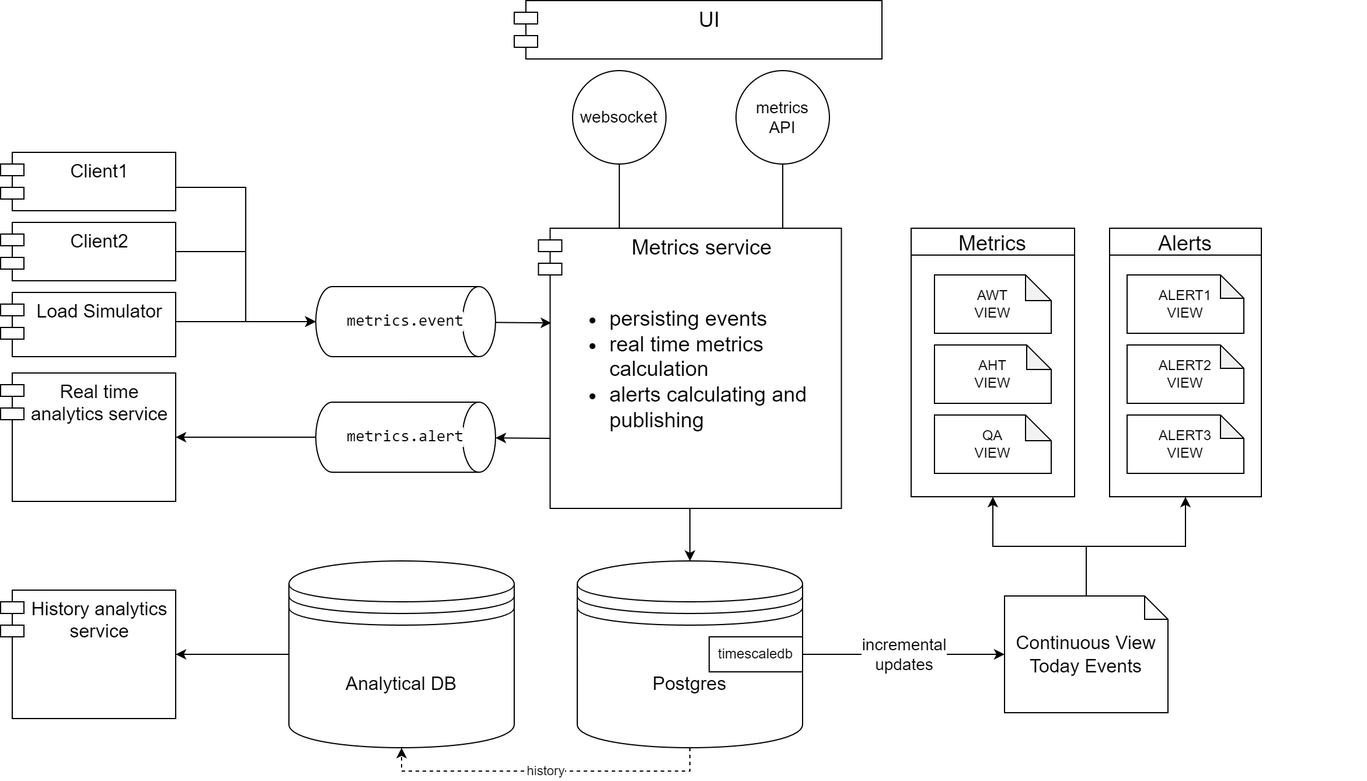
recvezitor/otus-highload-final-project keeps this draw.io diagram as img/OTUS-metrics-components.png. Above is the earlier version. Source tidied: cells renumbered, new cells last; positions are measured from the earlier drawing's top-left corner, leaving out a move shared by most shapes.
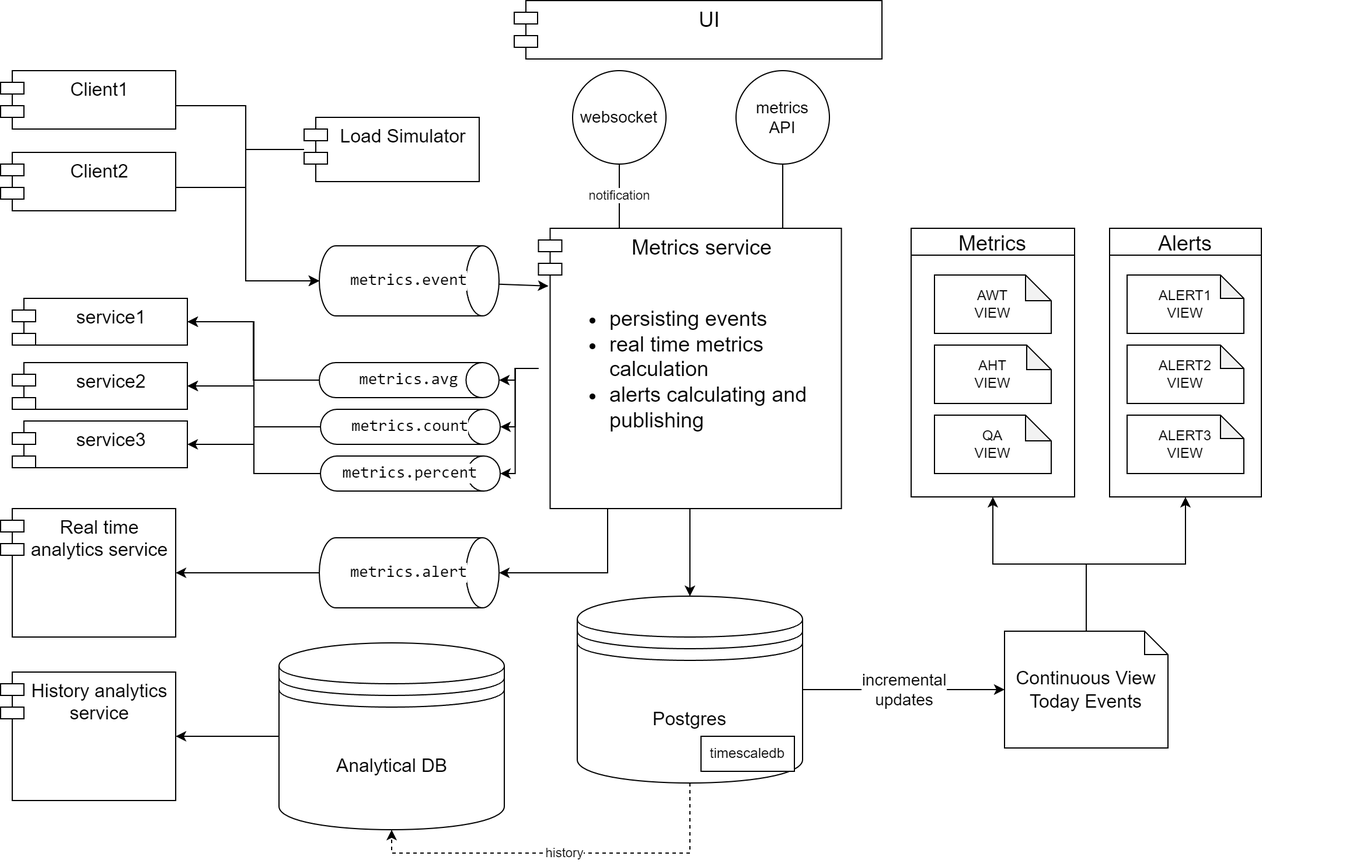
The same diagram one commit later.

Diff of the diagram source:
```diff
@@ -5,8 +5,13 @@
     <mxCell id="2" style="rounded=0;jettySize=auto;html=1;entryX=0.5;entryY=0;entryDx=0;entryDy=0;" parent="1" edge="1" source="6" target="10">
       <mxGeometry relative="1" as="geometry" />
     </mxCell>
-    <mxCell id="3" style="rounded=0;jettySize=auto;html=1;exitX=0;exitY=0.75;exitDx=10;exitDy=0;exitPerimeter=0;" parent="1" edge="1" source="6" target="27">
-      <mxGeometry relative="1" as="geometry" />
+    <mxCell id="3" style="rounded=0;jettySize=auto;html=1;exitX=0.25;exitY=1;exitDx=0;exitDy=0;edgeStyle=orthogonalEdgeStyle;" parent="1" edge="1" source="6" target="27">
+      <mxGeometry relative="1" as="geometry">
+        <Array as="points">
+          <mxPoint x="520" y="435" />
+          <mxPoint x="520" y="490" />
+        </Array>
+      </mxGeometry>
     </mxCell>
     <mxCell id="4" style="rounded=0;orthogonalLoop=1;jettySize=auto;html=1;entryX=0.5;entryY=1;entryDx=0;entryDy=0;endArrow=none;endFill=0;exitX=0.5;exitY=0;exitDx=0;exitDy=0;" parent="1" edge="1">
       <mxGeometry relative="1" as="geometry">
@@ -14,7 +19,7 @@
         <mxPoint x="670" y="140" as="targetPoint" />
       </mxGeometry>
     </mxCell>
-    <mxCell id="5" style="edgeStyle=orthogonalEdgeStyle;rounded=0;jettySize=auto;html=1;entryX=0.5;entryY=1;entryDx=0;entryDy=0;endArrow=none;endFill=0;" parent="1" edge="1" source="6" target="37">
+    <mxCell id="5" value="notification" style="edgeStyle=orthogonalEdgeStyle;rounded=0;jettySize=auto;html=1;entryX=0.5;entryY=1;entryDx=0;entryDy=0;endArrow=none;endFill=0;" parent="1" edge="1" source="6" target="37">
       <mxGeometry relative="1" as="geometry">
         <Array as="points">
           <mxPoint x="530" y="180" />
@@ -26,7 +31,7 @@
       <mxGeometry x="460.8" y="195" width="259.5" height="240" as="geometry" />
     </mxCell>
     <mxCell id="7" value="&lt;div style=&quot;background-color: rgb(255, 255, 255); font-family: &amp;quot;JetBrains Mono&amp;quot;, monospace;&quot;&gt;&lt;pre&gt;&lt;font style=&quot;font-size: 14px;&quot;&gt;metrics.event&lt;/font&gt;&lt;/pre&gt;&lt;/div&gt;" style="strokeWidth=1;html=1;shape=mxgraph.flowchart.direct_data;whiteSpace=wrap;" parent="1" vertex="1">
-      <mxGeometry x="270" y="245" width="154" height="60" as="geometry" />
+      <mxGeometry x="273" y="210" width="154" height="60" as="geometry" />
     </mxCell>
     <mxCell id="8" value="&lt;font style=&quot;font-size: 14px;&quot;&gt;incremental&lt;/font&gt;&lt;div&gt;&lt;font style=&quot;font-size: 14px;&quot;&gt;updates&lt;/font&gt;&lt;/div&gt;" style="edgeStyle=orthogonalEdgeStyle;rounded=0;jettySize=auto;html=1;" parent="1" edge="1" source="10" target="13">
       <mxGeometry x="0.01" relative="1" as="geometry" />
@@ -34,13 +39,13 @@
     <mxCell id="9" value="history" style="edgeStyle=orthogonalEdgeStyle;rounded=0;jettySize=auto;html=1;entryX=0.5;entryY=1;entryDx=0;entryDy=0;dashed=1;" parent="1" edge="1" source="10" target="41">
       <mxGeometry relative="1" as="geometry">
         <Array as="points">
-          <mxPoint x="591" y="660" />
-          <mxPoint x="344" y="660" />
+          <mxPoint x="591" y="730" />
+          <mxPoint x="335" y="730" />
         </Array>
       </mxGeometry>
     </mxCell>
     <mxCell id="10" value="&lt;font style=&quot;font-size: 16px;&quot;&gt;Postgres&lt;/font&gt;" style="shape=datastore;whiteSpace=wrap;html=1;" parent="1" vertex="1">
-      <mxGeometry x="494" y="480" width="193" height="160" as="geometry" />
+      <mxGeometry x="494" y="510" width="193" height="160" as="geometry" />
     </mxCell>
     <mxCell id="11" style="edgeStyle=orthogonalEdgeStyle;rounded=0;jettySize=auto;html=1;entryX=0.5;entryY=1;entryDx=0;entryDy=0;" parent="1" edge="1" source="13" target="25">
       <mxGeometry relative="1" as="geometry" />
@@ -49,7 +54,7 @@
       <mxGeometry relative="1" as="geometry" />
     </mxCell>
     <mxCell id="13" value="&lt;font style=&quot;font-size: 16px;&quot;&gt;Continuous View&lt;br&gt;Today Events&lt;br&gt;&lt;/font&gt;" style="shape=note;size=20;whiteSpace=wrap;html=1;" parent="1" vertex="1">
-      <mxGeometry x="860" y="510" width="140" height="100" as="geometry" />
+      <mxGeometry x="860" y="540" width="140" height="100" as="geometry" />
     </mxCell>
     <mxCell id="14" style="group;" parent="1" vertex="1">
       <mxGeometry x="970" y="160" width="200" height="230" as="geometry" />
@@ -69,7 +74,7 @@
     <mxCell id="19" value="Alerts" style="swimlane;fontStyle=0;fontSize=18;" parent="15" vertex="1">
       <mxGeometry width="130" height="230" as="geometry" />
     </mxCell>
-    <mxCell id="20" style="rounded=0;jettySize=auto;html=1;entryX=0.042;entryY=0.338;entryDx=0;entryDy=0;entryPerimeter=0;" parent="1" edge="1" source="7" target="6">
+    <mxCell id="20" style="rounded=0;jettySize=auto;html=1;entryX=0.033;entryY=0.206;entryDx=0;entryDy=0;entryPerimeter=0;" parent="1" edge="1" source="7" target="6">
       <mxGeometry relative="1" as="geometry" />
     </mxCell>
     <mxCell id="21" style="group;" parent="1" vertex="1">
@@ -91,47 +96,48 @@
       <mxGeometry relative="1" as="geometry" />
     </mxCell>
     <mxCell id="27" value="&lt;div style=&quot;background-color: rgb(255, 255, 255); font-family: &amp;quot;JetBrains Mono&amp;quot;, monospace;&quot;&gt;&lt;pre&gt;&lt;font style=&quot;font-size: 14px;&quot;&gt;metrics.alert&lt;/font&gt;&lt;/pre&gt;&lt;/div&gt;" style="strokeWidth=1;html=1;shape=mxgraph.flowchart.direct_data;whiteSpace=wrap;" parent="1" vertex="1">
-      <mxGeometry x="270" y="344" width="154" height="60" as="geometry" />
+      <mxGeometry x="273" y="460" width="154" height="60" as="geometry" />
     </mxCell>
     <mxCell id="28" value="&lt;font style=&quot;font-size: 14px;&quot;&gt;metrics&lt;br&gt;API&lt;br&gt;&lt;/font&gt;" style="ellipse;whiteSpace=wrap;html=1;" parent="1" vertex="1">
       <mxGeometry x="630" y="60" width="80" height="80" as="geometry" />
     </mxCell>
     <mxCell id="29" value="&lt;font style=&quot;font-size: 16px;&quot;&gt;Real time analytics service&lt;/font&gt;" style="shape=module;align=left;spacingLeft=20;align=center;verticalAlign=top;whiteSpace=wrap;html=1;fillColor=#FFFFFF;strokeColor=default;" parent="1" vertex="1">
-      <mxGeometry y="319" width="150" height="110" as="geometry" />
+      <mxGeometry y="435" width="150" height="110" as="geometry" />
     </mxCell>
     <mxCell id="30" value="&lt;font style=&quot;font-size: 16px;&quot;&gt;Client2&lt;/font&gt;" style="shape=module;align=left;spacingLeft=20;align=center;verticalAlign=top;whiteSpace=wrap;html=1;fillColor=default;strokeColor=default;" parent="1" vertex="1">
-      <mxGeometry y="190" width="150" height="50" as="geometry" />
+      <mxGeometry y="130" width="150" height="50" as="geometry" />
     </mxCell>
     <mxCell id="31" style="rounded=0;jettySize=auto;html=1;entryX=0;entryY=0.5;entryDx=0;entryDy=0;entryPerimeter=0;exitX=1;exitY=0.5;exitDx=0;exitDy=0;edgeStyle=orthogonalEdgeStyle;" parent="1" edge="1" source="30" target="7">
       <mxGeometry relative="1" as="geometry">
         <Array as="points">
-          <mxPoint x="210" y="215" />
-          <mxPoint x="210" y="275" />
+          <mxPoint x="150" y="160" />
+          <mxPoint x="210" y="160" />
+          <mxPoint x="210" y="240" />
         </Array>
       </mxGeometry>
     </mxCell>
     <mxCell id="32" value="&lt;font style=&quot;font-size: 16px;&quot;&gt;Client1&lt;/font&gt;" style="shape=module;align=left;spacingLeft=20;align=center;verticalAlign=top;whiteSpace=wrap;html=1;fillColor=default;strokeColor=default;" parent="1" vertex="1">
-      <mxGeometry y="130" width="150" height="50" as="geometry" />
+      <mxGeometry y="60" width="150" height="50" as="geometry" />
     </mxCell>
     <mxCell id="33" style="edgeStyle=orthogonalEdgeStyle;rounded=0;jettySize=auto;html=1;entryX=0;entryY=0.5;entryDx=0;entryDy=0;entryPerimeter=0;" parent="1" edge="1" source="32" target="7">
       <mxGeometry relative="1" as="geometry">
         <Array as="points">
-          <mxPoint x="210" y="160" />
-          <mxPoint x="210" y="275" />
+          <mxPoint x="210" y="90" />
+          <mxPoint x="210" y="240" />
         </Array>
       </mxGeometry>
     </mxCell>
     <mxCell id="34" value="timescaledb" style="rounded=0;whiteSpace=wrap;html=1;" parent="1" vertex="1">
-      <mxGeometry x="607" y="545" width="80" height="30" as="geometry" />
+      <mxGeometry x="600" y="630" width="80" height="30" as="geometry" />
     </mxCell>
     <mxCell id="35" value="&lt;font style=&quot;font-size: 16px;&quot;&gt;Load Simulator&lt;/font&gt;" style="shape=module;align=left;spacingLeft=20;align=center;verticalAlign=top;whiteSpace=wrap;html=1;fillColor=default;strokeColor=default;" parent="1" vertex="1">
-      <mxGeometry y="250" width="150" height="55" as="geometry" />
+      <mxGeometry x="260" y="100" width="150" height="55" as="geometry" />
     </mxCell>
     <mxCell id="36" style="edgeStyle=orthogonalEdgeStyle;rounded=0;jettySize=auto;html=1;entryX=0;entryY=0.5;entryDx=0;entryDy=0;entryPerimeter=0;" parent="1" edge="1" source="35" target="7">
       <mxGeometry relative="1" as="geometry">
         <Array as="points">
-          <mxPoint x="70" y="275" />
-          <mxPoint x="70" y="275" />
+          <mxPoint x="210" y="128" />
+          <mxPoint x="210" y="240" />
         </Array>
       </mxGeometry>
     </mxCell>
@@ -142,13 +148,55 @@
       <mxGeometry x="440" width="315" height="50" as="geometry" />
     </mxCell>
     <mxCell id="39" value="&lt;font style=&quot;font-size: 16px;&quot;&gt;History analytics service&lt;/font&gt;" style="shape=module;align=left;spacingLeft=20;align=center;verticalAlign=top;whiteSpace=wrap;html=1;fillColor=default;strokeColor=default;" parent="1" vertex="1">
-      <mxGeometry y="505" width="150" height="110" as="geometry" />
+      <mxGeometry y="575" width="150" height="110" as="geometry" />
     </mxCell>
     <mxCell id="40" style="edgeStyle=orthogonalEdgeStyle;rounded=0;jettySize=auto;html=1;entryX=1;entryY=0.5;entryDx=0;entryDy=0;" parent="1" edge="1" source="41" target="39">
       <mxGeometry relative="1" as="geometry" />
     </mxCell>
     <mxCell id="41" value="&lt;font style=&quot;font-size: 16px;&quot;&gt;Analytical DB&lt;/font&gt;" style="shape=datastore;whiteSpace=wrap;html=1;" parent="1" vertex="1">
-      <mxGeometry x="247" y="480" width="193" height="160" as="geometry" />
+      <mxGeometry x="238.5" y="550" width="193" height="160" as="geometry" />
     </mxCell>
+    <mxCell id="42" style="edgeStyle=orthogonalEdgeStyle;rounded=0;jettySize=auto;html=1;entryX=1;entryY=0.5;entryDx=0;entryDy=0;" parent="1" edge="1" source="43" target="46">
+      <mxGeometry relative="1" as="geometry" />
+    </mxCell>
+    <mxCell id="43" value="&lt;div style=&quot;background-color: rgb(255, 255, 255); font-family: &amp;quot;JetBrains Mono&amp;quot;, monospace;&quot;&gt;&lt;pre&gt;&lt;font style=&quot;font-size: 14px;&quot;&gt;metrics.avg&lt;/font&gt;&lt;/pre&gt;&lt;/div&gt;" style="strokeWidth=1;html=1;shape=mxgraph.flowchart.direct_data;whiteSpace=wrap;" parent="1" vertex="1">
+      <mxGeometry x="273" y="310" width="154" height="30" as="geometry" />
+    </mxCell>
+    <mxCell id="44" style="edgeStyle=orthogonalEdgeStyle;rounded=0;jettySize=auto;html=1;entryX=1;entryY=0.5;entryDx=0;entryDy=0;" parent="1" edge="1" source="45" target="47">
+      <mxGeometry relative="1" as="geometry" />
+    </mxCell>
+    <mxCell id="45" value="&lt;div style=&quot;background-color: rgb(255, 255, 255); font-family: &amp;quot;JetBrains Mono&amp;quot;, monospace;&quot;&gt;&lt;pre&gt;&lt;font style=&quot;font-size: 14px;&quot;&gt;metrics.count&lt;/font&gt;&lt;/pre&gt;&lt;/div&gt;" style="strokeWidth=1;html=1;shape=mxgraph.flowchart.direct_data;whiteSpace=wrap;" parent="1" vertex="1">
+      <mxGeometry x="274" y="350" width="154" height="30" as="geometry" />
+    </mxCell>
+    <mxCell id="46" value="&lt;font style=&quot;font-size: 16px;&quot;&gt;service1&lt;/font&gt;" style="shape=module;align=left;spacingLeft=20;align=center;verticalAlign=top;whiteSpace=wrap;html=1;fillColor=#FFFFFF;strokeColor=default;" parent="1" vertex="1">
+      <mxGeometry x="10" y="255" width="150" height="40" as="geometry" />
+    </mxCell>
+    <mxCell id="47" value="&lt;font style=&quot;font-size: 16px;&quot;&gt;service2&lt;/font&gt;" style="shape=module;align=left;spacingLeft=20;align=center;verticalAlign=top;whiteSpace=wrap;html=1;fillColor=#FFFFFF;strokeColor=default;" parent="1" vertex="1">
+      <mxGeometry x="10" y="310" width="150" height="40" as="geometry" />
+    </mxCell>
+    <mxCell id="48" value="&lt;font style=&quot;font-size: 16px;&quot;&gt;service3&lt;/font&gt;" style="shape=module;align=left;spacingLeft=20;align=center;verticalAlign=top;whiteSpace=wrap;html=1;fillColor=#FFFFFF;strokeColor=default;" parent="1" vertex="1">
+      <mxGeometry x="10" y="360" width="150" height="40" as="geometry" />
+    </mxCell>
+    <mxCell id="49" style="edgeStyle=orthogonalEdgeStyle;rounded=0;jettySize=auto;html=1;entryX=1;entryY=0.5;entryDx=0;entryDy=0;entryPerimeter=0;" parent="1" edge="1" source="6" target="43">
+      <mxGeometry relative="1" as="geometry" />
+    </mxCell>
+    <mxCell id="50" style="edgeStyle=orthogonalEdgeStyle;rounded=0;jettySize=auto;html=1;entryX=1;entryY=0.5;entryDx=0;entryDy=0;entryPerimeter=0;" parent="1" edge="1" source="6" target="45">
+      <mxGeometry relative="1" as="geometry" />
+    </mxCell>
+    <mxCell id="51" style="edgeStyle=orthogonalEdgeStyle;rounded=0;jettySize=auto;html=1;entryX=1;entryY=0.5;entryDx=0;entryDy=0;" parent="1" edge="1" source="54" target="48">
+      <mxGeometry relative="1" as="geometry" />
+    </mxCell>
+    <mxCell id="52" style="edgeStyle=orthogonalEdgeStyle;rounded=0;jettySize=auto;html=1;entryX=1;entryY=0.5;entryDx=0;entryDy=0;" parent="1" edge="1" source="54" target="47">
+      <mxGeometry relative="1" as="geometry" />
+    </mxCell>
+    <mxCell id="53" style="edgeStyle=orthogonalEdgeStyle;rounded=0;jettySize=auto;html=1;entryX=1;entryY=0.5;entryDx=0;entryDy=0;" parent="1" edge="1" source="54" target="46">
+      <mxGeometry relative="1" as="geometry" />
+    </mxCell>
+    <mxCell id="54" value="&lt;div style=&quot;background-color: rgb(255, 255, 255); font-family: &amp;quot;JetBrains Mono&amp;quot;, monospace;&quot;&gt;&lt;pre&gt;&lt;font style=&quot;font-size: 14px;&quot;&gt;metrics.percent&lt;/font&gt;&lt;/pre&gt;&lt;/div&gt;" style="strokeWidth=1;html=1;shape=mxgraph.flowchart.direct_data;whiteSpace=wrap;" parent="1" vertex="1">
+      <mxGeometry x="274" y="390" width="154" height="30" as="geometry" />
+    </mxCell>
+    <mxCell id="55" style="edgeStyle=orthogonalEdgeStyle;rounded=0;jettySize=auto;html=1;entryX=1;entryY=0.5;entryDx=0;entryDy=0;entryPerimeter=0;" parent="1" edge="1" source="6" target="54">
+      <mxGeometry relative="1" as="geometry" />
+    </mxCell>
   </root>
 </mxGraphModel>
```
